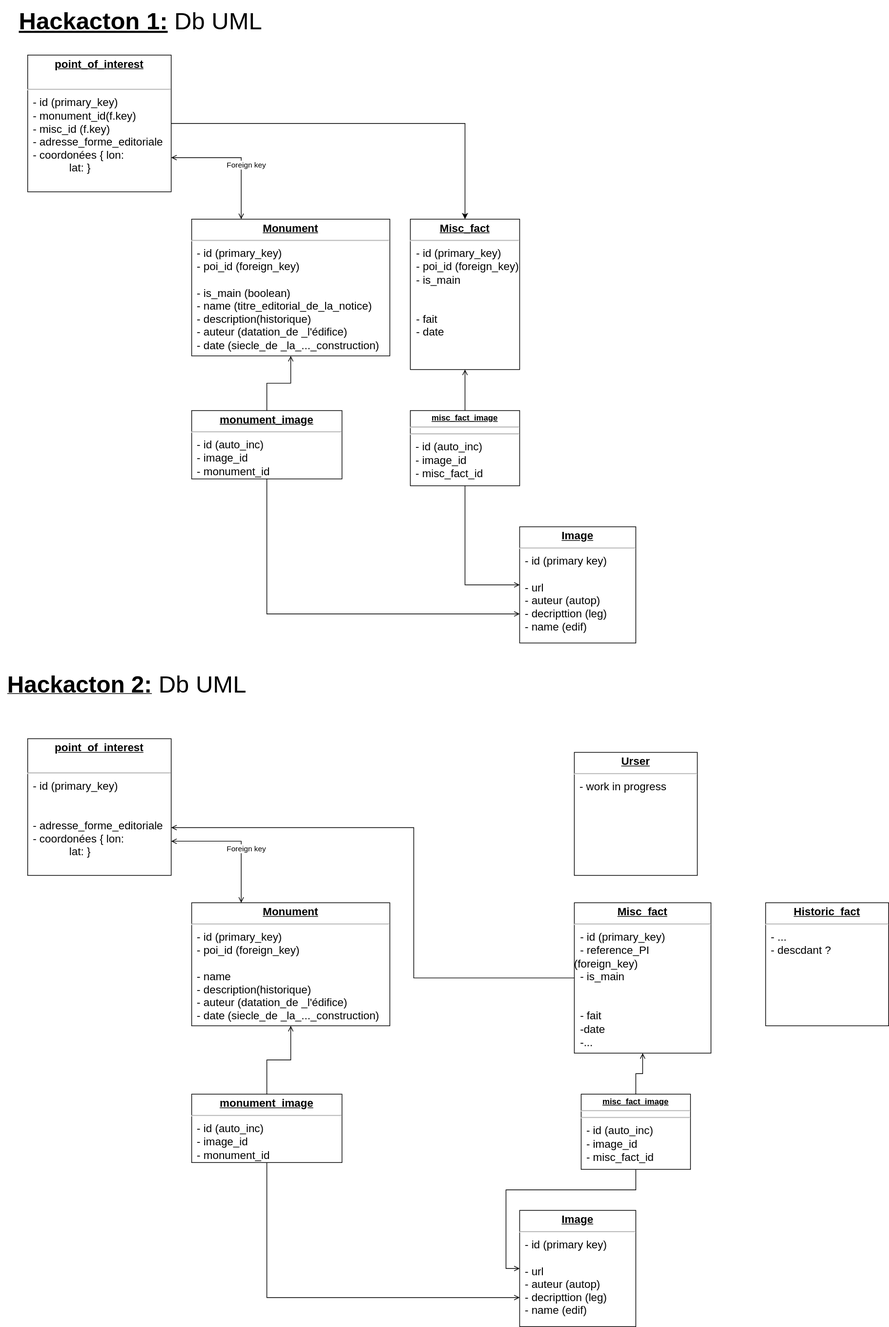
Before: StepOut_UML.drawio.svg, a diagram exported from draw.io (Bazajee/StepOut). Source tidied: cells renumbered, new cells last; positions are measured from the earlier drawing's top-left corner, leaving out a move shared by most shapes.
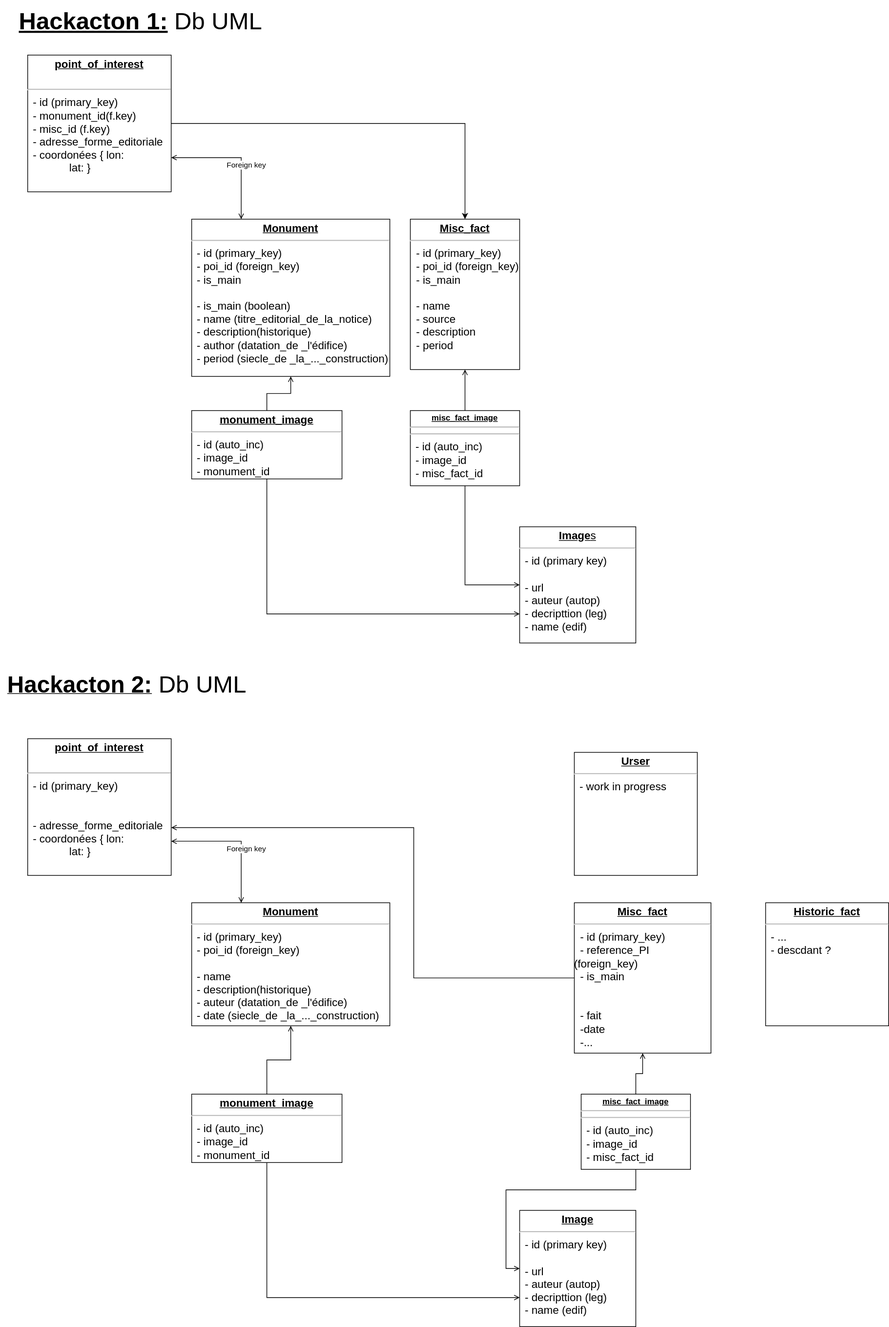
After the change.

Commit message:
Mettre à jour StepOut_UML.drawio.svg

What changed in the source:
```diff
@@ -59,7 +59,7 @@
     <mxCell id="18" style="edgeStyle=orthogonalEdgeStyle;rounded=0;jettySize=auto;html=1;entryX=0.5;entryY=0;entryDx=0;entryDy=0;endArrow=none;endFill=0;startArrow=open;startFill=0;" parent="1" edge="1" source="19" target="31">
       <mxGeometry relative="1" as="geometry" />
     </mxCell>
-    <mxCell id="19" value="&lt;p style=&quot;margin: 4px 0px 0px; text-align: center; text-decoration: underline; font-size: 16px;&quot;&gt;&lt;font style=&quot;font-size: 16px;&quot;&gt;&lt;b&gt;Misc_fact&lt;br&gt;&lt;/b&gt;&lt;/font&gt;&lt;/p&gt;&lt;hr style=&quot;font-size: 16px;&quot;&gt;&lt;div style=&quot;font-size: 16px;&quot;&gt;&lt;font style=&quot;font-size: 16px;&quot;&gt;&amp;nbsp; - id (primary_key)&lt;br&gt;&lt;/font&gt;&lt;/div&gt;&lt;div style=&quot;font-size: 16px;&quot;&gt;&lt;font style=&quot;font-size: 16px;&quot;&gt;&amp;nbsp; - poi_id (foreign_key)&lt;/font&gt;&lt;/div&gt;&lt;div style=&quot;font-size: 16px;&quot;&gt;&lt;font style=&quot;font-size: 16px;&quot;&gt;&amp;nbsp; - is_main&lt;/font&gt;&lt;/div&gt;&lt;div style=&quot;font-size: 16px;&quot;&gt;&lt;font style=&quot;font-size: 16px;&quot;&gt;&lt;br&gt;&lt;/font&gt;&lt;/div&gt;&lt;div style=&quot;font-size: 16px;&quot;&gt;&lt;font style=&quot;font-size: 16px;&quot;&gt;&lt;br&gt;&lt;/font&gt;&lt;/div&gt;&lt;div style=&quot;font-size: 16px;&quot;&gt;&lt;font style=&quot;font-size: 16px;&quot;&gt;&amp;nbsp; - fait&amp;nbsp; &lt;br&gt;&lt;/font&gt;&lt;/div&gt;&lt;div style=&quot;font-size: 16px;&quot;&gt;&lt;font style=&quot;font-size: 16px;&quot;&gt;&amp;nbsp; - date&lt;/font&gt;&lt;/div&gt;&lt;div style=&quot;font-size: 16px;&quot;&gt;&lt;font style=&quot;font-size: 16px;&quot;&gt;&amp;nbsp; &lt;font style=&quot;font-size: 16px;&quot;&gt;&lt;br&gt;&lt;/font&gt;&lt;/font&gt;&lt;/div&gt;" style="verticalAlign=top;align=left;overflow=fill;fontSize=12;fontFamily=Helvetica;html=1;whiteSpace=wrap;" parent="1" vertex="1">
+    <mxCell id="19" value="&lt;p style=&quot;margin: 4px 0px 0px; text-align: center; text-decoration: underline; font-size: 16px;&quot;&gt;&lt;font style=&quot;font-size: 16px;&quot;&gt;&lt;b&gt;Misc_fact&lt;br&gt;&lt;/b&gt;&lt;/font&gt;&lt;/p&gt;&lt;hr style=&quot;font-size: 16px;&quot;&gt;&lt;div style=&quot;font-size: 16px;&quot;&gt;&lt;font style=&quot;font-size: 16px;&quot;&gt;&amp;nbsp; - id (primary_key)&lt;br&gt;&lt;/font&gt;&lt;/div&gt;&lt;div style=&quot;font-size: 16px;&quot;&gt;&lt;font style=&quot;font-size: 16px;&quot;&gt;&amp;nbsp; - poi_id (foreign_key)&lt;/font&gt;&lt;/div&gt;&lt;div style=&quot;font-size: 16px;&quot;&gt;&lt;font style=&quot;font-size: 16px;&quot;&gt;&amp;nbsp; - is_main&lt;/font&gt;&lt;/div&gt;&lt;div style=&quot;font-size: 16px;&quot;&gt;&lt;font style=&quot;font-size: 16px;&quot;&gt;&lt;br&gt;&lt;/font&gt;&lt;/div&gt;&lt;div style=&quot;font-size: 16px;&quot;&gt;&lt;font style=&quot;font-size: 16px;&quot;&gt;&amp;nbsp; - name&lt;br&gt;&lt;/font&gt;&lt;/div&gt;&lt;div style=&quot;font-size: 16px;&quot;&gt;&lt;font style=&quot;font-size: 16px;&quot;&gt;&amp;nbsp; - source&lt;/font&gt;&lt;/div&gt;&lt;div style=&quot;font-size: 16px;&quot;&gt;&lt;font style=&quot;font-size: 16px;&quot;&gt;&amp;nbsp; - description&lt;/font&gt;&lt;/div&gt;&lt;div style=&quot;font-size: 16px;&quot;&gt;&lt;font style=&quot;font-size: 16px;&quot;&gt;&amp;nbsp; - period&lt;br&gt;&lt;/font&gt;&lt;/div&gt;&lt;div style=&quot;font-size: 16px;&quot;&gt;&lt;font style=&quot;font-size: 16px;&quot;&gt;&lt;br&gt;&lt;/font&gt;&lt;/div&gt;&lt;div style=&quot;font-size: 16px;&quot;&gt;&lt;font style=&quot;font-size: 16px;&quot;&gt;&amp;nbsp; &lt;font style=&quot;font-size: 16px;&quot;&gt;&lt;br&gt;&lt;/font&gt;&lt;/font&gt;&lt;/div&gt;" style="verticalAlign=top;align=left;overflow=fill;fontSize=12;fontFamily=Helvetica;html=1;whiteSpace=wrap;" parent="1" vertex="1">
       <mxGeometry x="600" y="320" width="160" height="220" as="geometry" />
     </mxCell>
     <mxCell id="20" style="edgeStyle=orthogonalEdgeStyle;rounded=0;jettySize=auto;html=1;entryX=0.5;entryY=0;entryDx=0;entryDy=0;" parent="1" edge="1" source="21" target="19">
@@ -79,10 +79,10 @@
     <mxCell id="24" style="edgeStyle=orthogonalEdgeStyle;rounded=0;jettySize=auto;html=1;entryX=0.5;entryY=0;entryDx=0;entryDy=0;endArrow=none;endFill=0;startArrow=open;startFill=0;" parent="1" edge="1" source="25" target="28">
       <mxGeometry relative="1" as="geometry" />
     </mxCell>
-    <mxCell id="25" value="&lt;p style=&quot;margin: 4px 0px 0px; text-align: center; text-decoration: underline; font-size: 16px;&quot;&gt;&lt;font style=&quot;font-size: 16px;&quot;&gt;&lt;b&gt;Monument&lt;/b&gt;&lt;/font&gt;&lt;/p&gt;&lt;hr style=&quot;font-size: 16px;&quot;&gt;&lt;p style=&quot;margin: 0px 0px 0px 8px; font-size: 16px;&quot;&gt;&lt;font style=&quot;font-size: 16px;&quot;&gt;- id (primary_key)&lt;br&gt;&lt;/font&gt;&lt;/p&gt;&lt;p style=&quot;margin: 0px 0px 0px 8px; font-size: 16px;&quot;&gt;&lt;font style=&quot;font-size: 16px;&quot;&gt;- poi_id (foreign_key)&lt;/font&gt;&lt;/p&gt;&lt;p style=&quot;margin: 0px 0px 0px 8px; font-size: 16px;&quot;&gt;&lt;font style=&quot;font-size: 16px;&quot;&gt;&lt;br&gt;&lt;/font&gt;&lt;/p&gt;&lt;p style=&quot;margin: 0px 0px 0px 8px; font-size: 16px;&quot;&gt;&lt;font style=&quot;font-size: 16px;&quot;&gt;- is_main (boolean)&lt;br&gt;&lt;/font&gt;&lt;/p&gt;&lt;p style=&quot;margin: 0px 0px 0px 8px; font-size: 16px;&quot;&gt;&lt;font style=&quot;font-size: 16px;&quot;&gt;- name (&lt;/font&gt;titre_editorial_de_la_notice)&lt;/p&gt;&lt;p style=&quot;margin: 0px 0px 0px 8px; font-size: 16px;&quot;&gt;&lt;font style=&quot;font-size: 16px;&quot;&gt;- description(historique)&lt;br&gt;&lt;/font&gt;&lt;/p&gt;&lt;p style=&quot;margin: 0px 0px 0px 8px; font-size: 16px;&quot;&gt;&lt;font style=&quot;font-size: 16px;&quot;&gt;- auteur (datation_de _l'édifice)&lt;/font&gt;&lt;/p&gt;&lt;p style=&quot;margin: 0px 0px 0px 8px; font-size: 16px;&quot;&gt;&lt;font style=&quot;font-size: 16px;&quot;&gt;- date (siecle_de _la_..._construction)&lt;/font&gt;&lt;/p&gt;&lt;p style=&quot;margin:0px;margin-left:8px;&quot;&gt;&lt;/p&gt;&lt;p style=&quot;margin:0px;margin-left:8px;&quot;&gt;&lt;/p&gt;" style="verticalAlign=top;align=left;overflow=fill;fontSize=12;fontFamily=Helvetica;html=1;whiteSpace=wrap;" parent="1" vertex="1">
-      <mxGeometry x="280" y="320" width="290" height="200" as="geometry" />
+    <mxCell id="25" value="&lt;p style=&quot;margin: 4px 0px 0px; text-align: center; text-decoration: underline; font-size: 16px;&quot;&gt;&lt;font style=&quot;font-size: 16px;&quot;&gt;&lt;b&gt;Monument&lt;/b&gt;&lt;/font&gt;&lt;/p&gt;&lt;hr style=&quot;font-size: 16px;&quot;&gt;&lt;p style=&quot;margin: 0px 0px 0px 8px; font-size: 16px;&quot;&gt;&lt;font style=&quot;font-size: 16px;&quot;&gt;- id (primary_key)&lt;br&gt;&lt;/font&gt;&lt;/p&gt;&lt;p style=&quot;margin: 0px 0px 0px 8px; font-size: 16px;&quot;&gt;&lt;font style=&quot;font-size: 16px;&quot;&gt;- poi_id (foreign_key)&lt;/font&gt;&lt;/p&gt;&lt;p style=&quot;margin: 0px 0px 0px 8px; font-size: 16px;&quot;&gt;&lt;font style=&quot;font-size: 16px;&quot;&gt;- is_main&lt;br&gt;&lt;/font&gt;&lt;/p&gt;&lt;p style=&quot;margin: 0px 0px 0px 8px; font-size: 16px;&quot;&gt;&lt;font style=&quot;font-size: 16px;&quot;&gt;&lt;br&gt;&lt;/font&gt;&lt;/p&gt;&lt;p style=&quot;margin: 0px 0px 0px 8px; font-size: 16px;&quot;&gt;&lt;font style=&quot;font-size: 16px;&quot;&gt;- is_main (boolean)&lt;br&gt;&lt;/font&gt;&lt;/p&gt;&lt;p style=&quot;margin: 0px 0px 0px 8px; font-size: 16px;&quot;&gt;&lt;font style=&quot;font-size: 16px;&quot;&gt;- name (&lt;/font&gt;titre_editorial_de_la_notice)&lt;/p&gt;&lt;p style=&quot;margin: 0px 0px 0px 8px; font-size: 16px;&quot;&gt;&lt;font style=&quot;font-size: 16px;&quot;&gt;- description(historique)&lt;br&gt;&lt;/font&gt;&lt;/p&gt;&lt;p style=&quot;margin: 0px 0px 0px 8px; font-size: 16px;&quot;&gt;&lt;font style=&quot;font-size: 16px;&quot;&gt;- author (datation_de _l'édifice)&lt;/font&gt;&lt;/p&gt;&lt;p style=&quot;margin: 0px 0px 0px 8px; font-size: 16px;&quot;&gt;&lt;font style=&quot;font-size: 16px;&quot;&gt;- period (siecle_de _la_..._construction)&lt;/font&gt;&lt;/p&gt;&lt;p style=&quot;margin:0px;margin-left:8px;&quot;&gt;&lt;/p&gt;&lt;p style=&quot;margin:0px;margin-left:8px;&quot;&gt;&lt;/p&gt;" style="verticalAlign=top;align=left;overflow=fill;fontSize=12;fontFamily=Helvetica;html=1;whiteSpace=wrap;" parent="1" vertex="1">
+      <mxGeometry x="280" y="320" width="290" height="230" as="geometry" />
     </mxCell>
-    <mxCell id="26" value="&lt;p style=&quot;margin: 4px 0px 0px; text-align: center; text-decoration: underline; font-size: 16px;&quot;&gt;&lt;font style=&quot;font-size: 16px;&quot;&gt;&lt;b&gt;Image&lt;/b&gt;&lt;/font&gt;&lt;/p&gt;&lt;hr style=&quot;font-size: 16px;&quot;&gt;&lt;p style=&quot;margin: 0px 0px 0px 8px; font-size: 16px;&quot;&gt;&lt;font style=&quot;font-size: 16px;&quot;&gt;- id (primary key)&lt;/font&gt;&lt;/p&gt;&lt;font style=&quot;font-size: 16px;&quot;&gt;&lt;br&gt;&lt;/font&gt;&lt;p style=&quot;margin: 0px 0px 0px 8px; font-size: 16px;&quot;&gt;&lt;font style=&quot;font-size: 16px;&quot;&gt;- url&lt;/font&gt;&lt;/p&gt;&lt;p style=&quot;margin: 0px 0px 0px 8px; font-size: 16px;&quot;&gt;&lt;font style=&quot;font-size: 16px;&quot;&gt;- auteur (autop)&lt;/font&gt;&lt;/p&gt;&lt;p style=&quot;margin: 0px 0px 0px 8px; font-size: 16px;&quot;&gt;&lt;font style=&quot;font-size: 16px;&quot;&gt;- decripttion (leg)&lt;/font&gt;&lt;/p&gt;&lt;p style=&quot;margin: 0px 0px 0px 8px; font-size: 16px;&quot;&gt;&lt;font style=&quot;font-size: 16px;&quot;&gt;- name (edif)&lt;font style=&quot;font-size: 16px;&quot;&gt;&lt;br&gt;&lt;/font&gt;&lt;/font&gt;&lt;/p&gt;" style="verticalAlign=top;align=left;overflow=fill;fontSize=12;fontFamily=Helvetica;html=1;whiteSpace=wrap;" parent="1" vertex="1">
+    <mxCell id="26" value="&lt;p style=&quot;margin: 4px 0px 0px; text-align: center; text-decoration: underline; font-size: 16px;&quot;&gt;&lt;font style=&quot;font-size: 16px;&quot;&gt;&lt;b&gt;Image&lt;/b&gt;&lt;/font&gt;s&lt;/p&gt;&lt;hr style=&quot;font-size: 16px;&quot;&gt;&lt;p style=&quot;margin: 0px 0px 0px 8px; font-size: 16px;&quot;&gt;&lt;font style=&quot;font-size: 16px;&quot;&gt;- id (primary key)&lt;/font&gt;&lt;/p&gt;&lt;font style=&quot;font-size: 16px;&quot;&gt;&lt;br&gt;&lt;/font&gt;&lt;p style=&quot;margin: 0px 0px 0px 8px; font-size: 16px;&quot;&gt;&lt;font style=&quot;font-size: 16px;&quot;&gt;- url&lt;/font&gt;&lt;/p&gt;&lt;p style=&quot;margin: 0px 0px 0px 8px; font-size: 16px;&quot;&gt;&lt;font style=&quot;font-size: 16px;&quot;&gt;- auteur (autop)&lt;/font&gt;&lt;/p&gt;&lt;p style=&quot;margin: 0px 0px 0px 8px; font-size: 16px;&quot;&gt;&lt;font style=&quot;font-size: 16px;&quot;&gt;- decripttion (leg)&lt;/font&gt;&lt;/p&gt;&lt;p style=&quot;margin: 0px 0px 0px 8px; font-size: 16px;&quot;&gt;&lt;font style=&quot;font-size: 16px;&quot;&gt;- name (edif)&lt;font style=&quot;font-size: 16px;&quot;&gt;&lt;br&gt;&lt;/font&gt;&lt;/font&gt;&lt;/p&gt;" style="verticalAlign=top;align=left;overflow=fill;fontSize=12;fontFamily=Helvetica;html=1;whiteSpace=wrap;" parent="1" vertex="1">
       <mxGeometry x="760" y="770" width="170" height="170" as="geometry" />
     </mxCell>
     <mxCell id="27" style="edgeStyle=orthogonalEdgeStyle;rounded=0;jettySize=auto;html=1;entryX=0;entryY=0.75;entryDx=0;entryDy=0;exitX=0.5;exitY=1;exitDx=0;exitDy=0;endArrow=open;endFill=0;" parent="1" edge="1" source="28" target="26">
```
